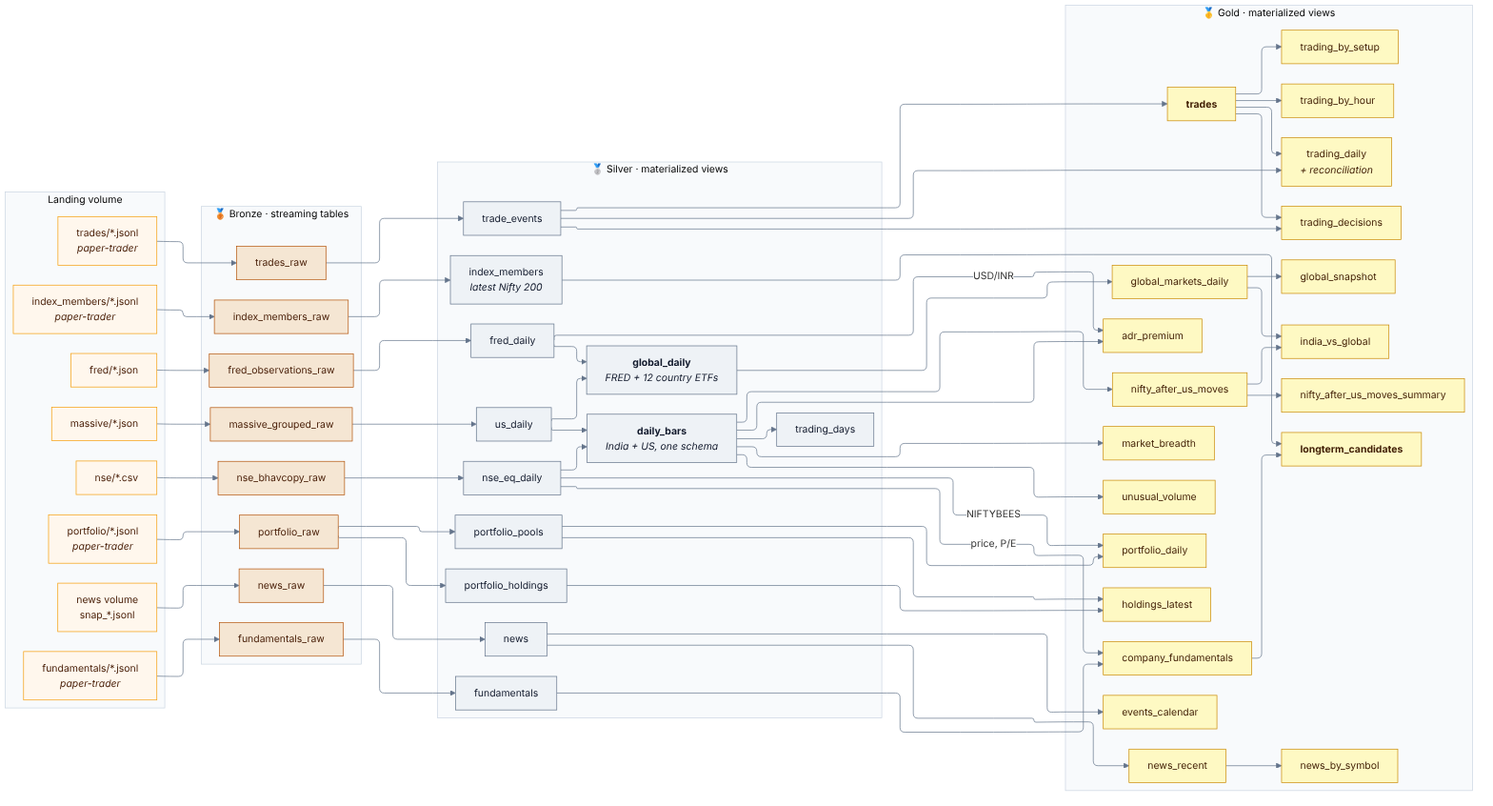
Earlier version of the Mermaid export docs/diagrams/03_lineage.png (bumblebee26/stocks_lakehouse). Its source is kept beside it as docs/diagrams/03_lineage.mmd.
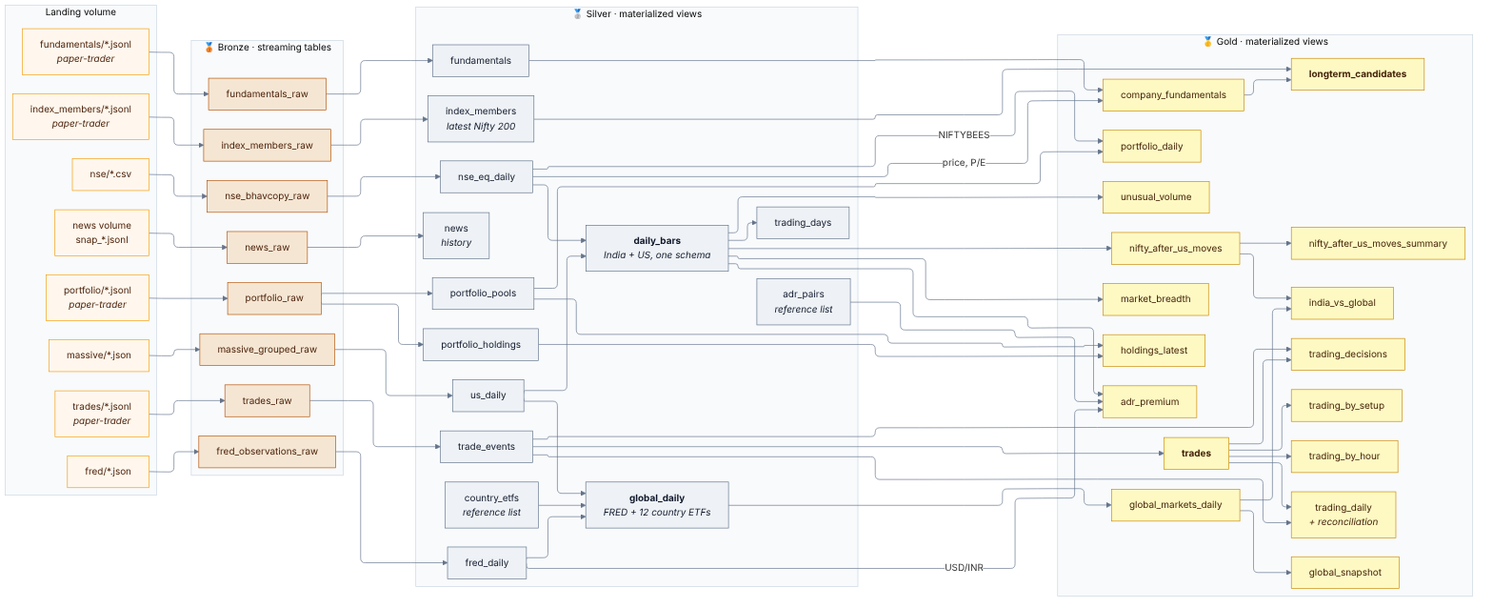
Above is the later version.

Commit message:
Clean-up: drop unused news gold tables, fix counts, lineage diagram and docs

Change to the diagram source:
```diff
@@ -43,7 +43,9 @@
         S9["portfolio_holdings"]
         S10["fundamentals"]
         S11["index_members<br/><i>latest Nifty 200</i>"]
-        S12["news"]
+        S12["news<br/><i>history</i>"]
+        S13["country_etfs<br/><i>reference list</i>"]
+        S14["adr_pairs<br/><i>reference list</i>"]
     end
 
     subgraph G["🥇 Gold · materialized views"]
@@ -65,20 +67,19 @@
         G15["holdings_latest"]
         G16["company_fundamentals"]
         G17["<b>longterm_candidates</b>"]
-        G18["news_recent"]
-        G19["news_by_symbol"]
-        G20["events_calendar"]
     end
 
     LN --> B1 --> S1 --> S3
     LM --> B2 --> S2 --> S3
     LF --> B3 --> S5 --> S6
     S2 --> S6
+    S13 --> S6
     S3 --> S4
     S3 --> G1
     S3 --> G2
     S3 --> G3 --> G4
     S3 --> G5
+    S14 --> G5
     S5 -- "USD/INR" --> G5
     S6 --> G6 --> G7
     G6 --> G8
@@ -101,8 +102,7 @@
     S1 -- "price, P/E" --> G16
     LI --> B7 --> S11 --> G17
     G16 --> G17
-    LW --> B8 --> S12 --> G18 --> G19
-    S12 --> G20
+    LW --> B8 --> S12
 
     classDef land fill:#fff7ed,stroke:#f59e0b,color:#451a03
     classDef bronze fill:#f5e6d3,stroke:#b45309,color:#451a03
@@ -110,5 +110,5 @@
     classDef gold fill:#fef9c3,stroke:#ca8a04,color:#422006
     class LN,LM,LF,LT,LP,LU,LI,LW land
     class B1,B2,B3,B4,B5,B6,B7,B8 bronze
-    class S1,S2,S3,S4,S5,S6,S7,S8,S9,S10,S11,S12 silver
-    class G1,G2,G3,G4,G5,G6,G7,G8,G9,G10,G11,G12,G13,G14,G15,G16,G17,G18,G19,G20 gold
+    class S1,S2,S3,S4,S5,S6,S7,S8,S9,S10,S11,S12,S13,S14 silver
+    class G1,G2,G3,G4,G5,G6,G7,G8,G9,G10,G11,G12,G13,G14,G15,G16,G17 gold
```
